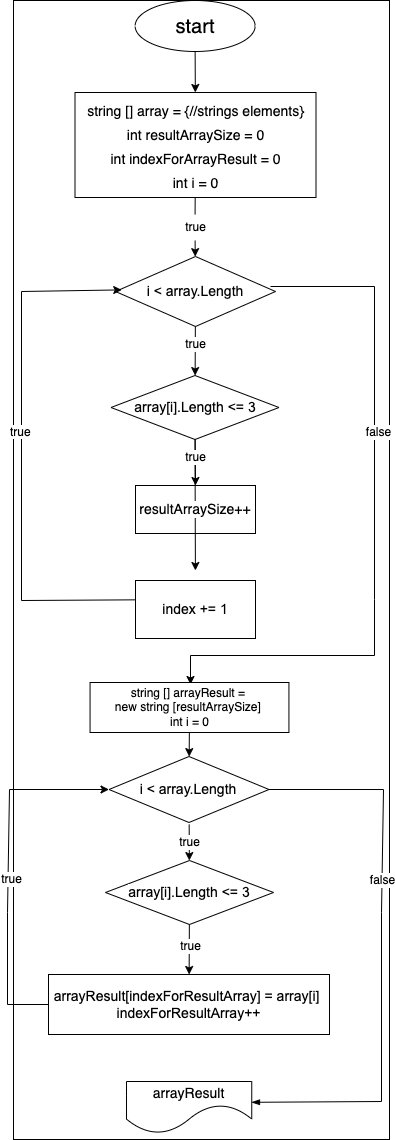
Earlier version of the draw.io export diagrama.drawio.png (kurkinajulia/finalProject). Source tidied: cells renumbered, new cells last; positions are measured from the earlier drawing's top-left corner, leaving out a move shared by most shapes.
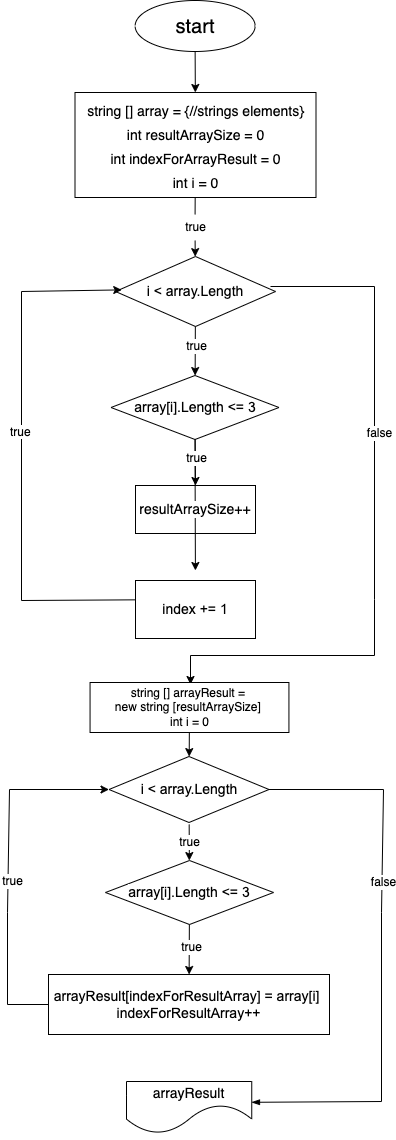
After the commit.

What changed in the source:
```diff
@@ -2,7 +2,7 @@
   <root>
     <mxCell id="0" />
     <mxCell id="1" parent="0" />
-    <mxCell id="2" style="group;strokeColor=default;" parent="1" vertex="1">
+    <mxCell id="2" style="group;strokeColor=none;" parent="1" vertex="1">
       <mxGeometry x="6" width="376" height="1139" as="geometry" />
     </mxCell>
     <mxCell id="3" value="&lt;font color=&quot;#000000&quot; style=&quot;font-size: 20px;&quot;&gt;start&lt;/font&gt;" style="ellipse;whiteSpace=wrap;html=1;fillColor=none;gradientColor=default;strokeColor=#000000;" parent="2" vertex="1">
```
